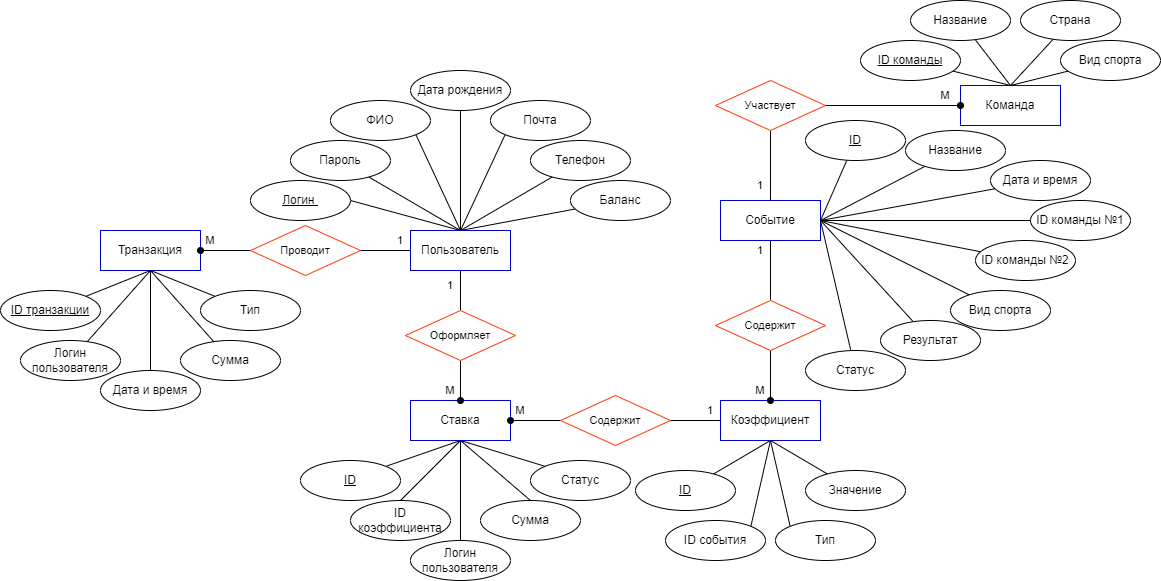
Above: бд/курсач/ERD.png in ainesskk/term5 (draw.io), before the change. Source tidied: cells renumbered, new cells last; positions are measured from the earlier drawing's top-left corner, leaving out a move shared by most shapes.
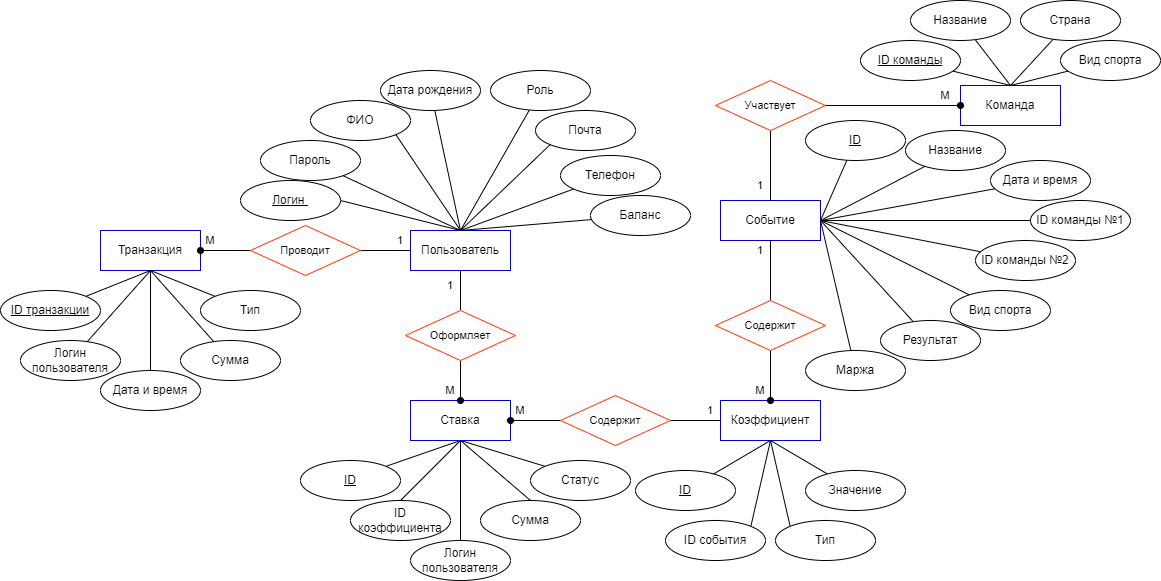
After the change.

Change to the diagram source:
```diff
@@ -53,37 +53,37 @@
       <mxGeometry x="960" y="85" width="100" height="40" as="geometry" />
     </mxCell>
     <mxCell id="18" value="&lt;span style=&quot;line-height: 106%;&quot;&gt;&lt;font style=&quot;font-size: 12px;&quot;&gt;Логин&amp;nbsp;&lt;/font&gt;&lt;/span&gt;" style="ellipse;whiteSpace=wrap;html=1;align=center;fontStyle=4;" parent="1" vertex="1">
-      <mxGeometry x="250" y="180" width="100" height="40" as="geometry" />
+      <mxGeometry x="240" y="180" width="100" height="40" as="geometry" />
     </mxCell>
     <mxCell id="19" style="edgeStyle=none;shape=connector;rounded=0;jettySize=auto;html=1;entryX=0.5;entryY=0;entryDx=0;entryDy=0;strokeColor=default;align=center;verticalAlign=middle;fontFamily=Helvetica;fontSize=11;fontColor=default;labelBackgroundColor=default;endArrow=none;endFill=0;" parent="1" edge="1" source="20" target="6">
       <mxGeometry relative="1" as="geometry" />
     </mxCell>
     <mxCell id="20" value="Пароль" style="ellipse;whiteSpace=wrap;html=1;align=center;" parent="1" vertex="1">
-      <mxGeometry x="290" y="140" width="100" height="40" as="geometry" />
+      <mxGeometry x="260" y="140" width="100" height="40" as="geometry" />
     </mxCell>
     <mxCell id="21" value="ФИО" style="ellipse;whiteSpace=wrap;html=1;align=center;" parent="1" vertex="1">
-      <mxGeometry x="330" y="100" width="100" height="40" as="geometry" />
+      <mxGeometry x="310" y="100" width="100" height="40" as="geometry" />
     </mxCell>
     <mxCell id="22" style="edgeStyle=none;shape=connector;rounded=0;jettySize=auto;html=1;entryX=0.5;entryY=0;entryDx=0;entryDy=0;strokeColor=default;align=center;verticalAlign=middle;fontFamily=Helvetica;fontSize=11;fontColor=default;labelBackgroundColor=default;endArrow=none;endFill=0;" parent="1" edge="1" source="23" target="6">
       <mxGeometry relative="1" as="geometry" />
     </mxCell>
     <mxCell id="23" value="Дата рождения&lt;span style=&quot;color: rgba(0, 0, 0, 0); font-family: monospace; font-size: 0px; text-align: start; text-wrap: nowrap;&quot;&gt;%3CmxGraphModel%3E%3Croot%3E%3CmxCell%20id%3D%220%22%2F%3E%3CmxCell%20id%3D%221%22%20parent%3D%220%22%2F%3E%3CmxCell%20id%3D%222%22%20value%3D%22%D0%9E%D1%82%D1%87%D0%B5%D1%81%D1%82%D0%B2%D0%BE%22%20style%3D%22ellipse%3BwhiteSpace%3Dwrap%3Bhtml%3D1%3Balign%3Dcenter%3B%22%20vertex%3D%221%22%20parent%3D%221%22%3E%3CmxGeometry%20x%3D%22300%22%20y%3D%22400%22%20width%3D%22100%22%20height%3D%2240%22%20as%3D%22geometry%22%2F%3E%3C%2FmxCell%3E%3C%2Froot%3E%3C%2FmxGraphModel%3E&lt;/span&gt;" style="ellipse;whiteSpace=wrap;html=1;align=center;" parent="1" vertex="1">
-      <mxGeometry x="410" y="70" width="100" height="40" as="geometry" />
+      <mxGeometry x="380" y="70" width="100" height="40" as="geometry" />
     </mxCell>
     <mxCell id="24" value="Почта&lt;span style=&quot;color: rgba(0, 0, 0, 0); font-family: monospace; font-size: 0px; text-align: start; text-wrap: nowrap;&quot;&gt;%3CmxGraphModel%3E%3Croot%3E%3CmxCell%20id%3D%220%22%2F%3E%3CmxCell%20id%3D%221%22%20parent%3D%220%22%2F%3E%3CmxCell%20id%3D%222%22%20value%3D%22%D0%94%D0%B0%D1%82%D0%B0%20%D1%80%D0%BE%D0%B6%D0%B4%D0%B5%D0%BD%D0%B8%D1%8F%26lt%3Bspan%20style%3D%26quot%3Bcolor%3A%20rgba(0%2C%200%2C%200%2C%200)%3B%20font-family%3A%20monospace%3B%20font-size%3A%200px%3B%20text-align%3A%20start%3B%20text-wrap%3A%20nowrap%3B%26quot%3B%26gt%3B%253CmxGraphModel%253E%253Croot%253E%253CmxCell%2520id%253D%25220%2522%252F%253E%253CmxCell%2520id%253D%25221%2522%2520parent%253D%25220%2522%252F%253E%253CmxCell%2520id%253D%25222%2522%2520value%253D%2522%25D0%259E%25D1%2582%25D1%2587%25D0%25B5%25D1%2581%25D1%2582%25D0%25B2%25D0%25BE%2522%2520style%253D%2522ellipse%253BwhiteSpace%253Dwrap%253Bhtml%253D1%253Balign%253Dcenter%253B%2522%2520vertex%253D%25221%2522%2520parent%253D%25221%2522%253E%253CmxGeometry%2520x%253D%2522300%2522%2520y%253D%2522400%2522%2520width%253D%2522100%2522%2520height%253D%252240%2522%2520as%253D%2522geometry%2522%252F%253E%253C%252FmxCell%253E%253C%252Froot%253E%253C%252FmxGraphModel%253E%26lt%3B%2Fspan%26gt%3B%22%20style%3D%22ellipse%3BwhiteSpace%3Dwrap%3Bhtml%3D1%3Balign%3Dcenter%3B%22%20vertex%3D%221%22%20parent%3D%221%22%3E%3CmxGeometry%20x%3D%22440%22%20y%3D%22310%22%20width%3D%22100%22%20height%3D%2240%22%20as%3D%22geometry%22%2F%3E%3C%2FmxCell%3E%3C%2Froot%3E%3C%2FmxGraphModel%3E&lt;/span&gt;" style="ellipse;whiteSpace=wrap;html=1;align=center;" parent="1" vertex="1">
-      <mxGeometry x="490" y="100" width="100" height="40" as="geometry" />
+      <mxGeometry x="535" y="110" width="100" height="40" as="geometry" />
     </mxCell>
     <mxCell id="25" style="edgeStyle=none;shape=connector;rounded=0;jettySize=auto;html=1;entryX=0.5;entryY=0;entryDx=0;entryDy=0;strokeColor=default;align=center;verticalAlign=middle;fontFamily=Helvetica;fontSize=11;fontColor=default;labelBackgroundColor=default;endArrow=none;endFill=0;" parent="1" edge="1" source="26" target="6">
       <mxGeometry relative="1" as="geometry" />
     </mxCell>
     <mxCell id="26" value="Телефон" style="ellipse;whiteSpace=wrap;html=1;align=center;" parent="1" vertex="1">
-      <mxGeometry x="530" y="140" width="100" height="40" as="geometry" />
+      <mxGeometry x="560" y="155" width="100" height="40" as="geometry" />
     </mxCell>
     <mxCell id="27" style="edgeStyle=none;shape=connector;rounded=0;jettySize=auto;html=1;entryX=0.5;entryY=0;entryDx=0;entryDy=0;strokeColor=default;align=center;verticalAlign=middle;fontFamily=Helvetica;fontSize=11;fontColor=default;labelBackgroundColor=default;endArrow=none;endFill=0;" parent="1" edge="1" source="28" target="6">
       <mxGeometry relative="1" as="geometry" />
     </mxCell>
     <mxCell id="28" value="Баланс" style="ellipse;whiteSpace=wrap;html=1;align=center;" parent="1" vertex="1">
-      <mxGeometry x="570" y="180" width="100" height="40" as="geometry" />
+      <mxGeometry x="590" y="195" width="100" height="40" as="geometry" />
     </mxCell>
     <mxCell id="29" style="edgeStyle=none;shape=connector;rounded=0;jettySize=auto;html=1;strokeColor=default;align=center;verticalAlign=middle;fontFamily=Helvetica;fontSize=11;fontColor=default;labelBackgroundColor=default;endArrow=oval;endFill=1;startArrow=none;startFill=0;" parent="1" edge="1" source="30" target="13">
       <mxGeometry relative="1" as="geometry" />
@@ -184,7 +184,7 @@
     <mxCell id="61" style="edgeStyle=none;shape=connector;rounded=0;jettySize=auto;html=1;entryX=1;entryY=0.5;entryDx=0;entryDy=0;strokeColor=default;align=center;verticalAlign=middle;fontFamily=Helvetica;fontSize=11;fontColor=default;labelBackgroundColor=default;endArrow=none;endFill=0;" parent="1" edge="1" source="62" target="8">
       <mxGeometry relative="1" as="geometry" />
     </mxCell>
-    <mxCell id="62" value="Статус" style="ellipse;whiteSpace=wrap;html=1;align=center;" parent="1" vertex="1">
+    <mxCell id="62" value="Маржа" style="ellipse;whiteSpace=wrap;html=1;align=center;" parent="1" vertex="1">
       <mxGeometry x="805" y="350" width="100" height="40" as="geometry" />
     </mxCell>
     <mxCell id="63" style="edgeStyle=none;shape=connector;rounded=0;jettySize=auto;html=1;entryX=0.5;entryY=0;entryDx=0;entryDy=0;strokeColor=default;align=center;verticalAlign=middle;fontFamily=Helvetica;fontSize=11;fontColor=default;labelBackgroundColor=default;endArrow=none;endFill=0;" parent="1" edge="1" source="64" target="17">
@@ -295,5 +295,11 @@
     <mxCell id="98" value="Результат" style="ellipse;whiteSpace=wrap;html=1;align=center;" parent="1" vertex="1">
       <mxGeometry x="880" y="320" width="100" height="40" as="geometry" />
     </mxCell>
+    <mxCell id="99" style="rounded=0;jettySize=auto;html=1;entryX=0.5;entryY=0;entryDx=0;entryDy=0;endArrow=none;endFill=0;" parent="1" edge="1" source="100" target="6">
+      <mxGeometry relative="1" as="geometry" />
+    </mxCell>
+    <mxCell id="100" value="Роль" style="ellipse;whiteSpace=wrap;html=1;align=center;" parent="1" vertex="1">
+      <mxGeometry x="490" y="70" width="100" height="40" as="geometry" />
+    </mxCell>
   </root>
 </mxGraphModel>
```
